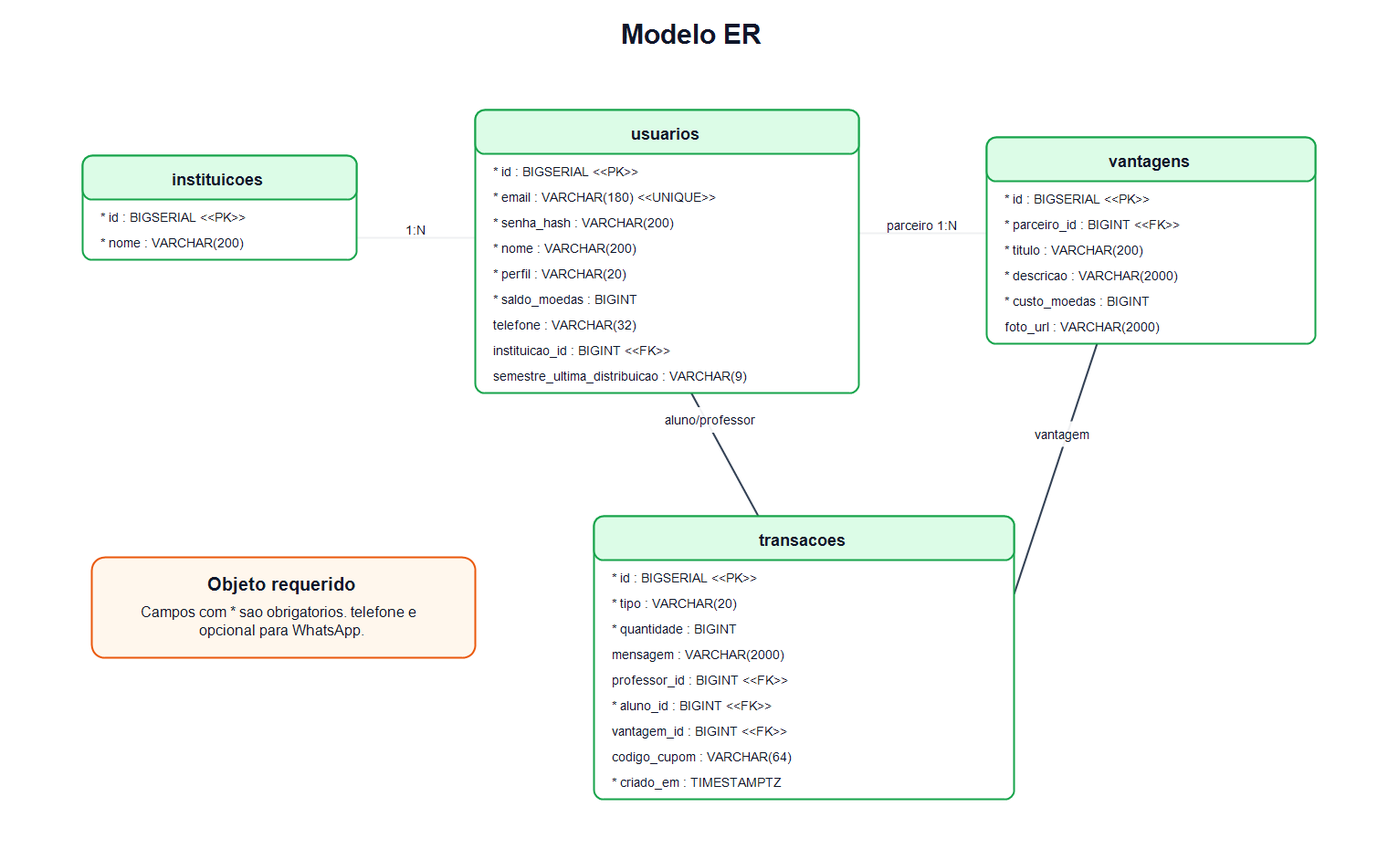
Above: docs/uml/imagens/modelo_er.png in LaraCarvalho00/sistema-moeda-estudantil (PlantUML), before the change. Its source is kept beside it as docs/uml/codigos/modelo_er.puml. Source of this version:
```plantuml
@startuml
!theme plain
hide circle
skinparam linetype ortho
skinparam classAttributeIconSize 0

entity "instituicoes" as instituicoes {
  * id : BIGSERIAL <<PK>>
  --
  * nome : VARCHAR(200)
}

entity "usuarios" as usuarios {
  * id : BIGSERIAL <<PK>>
  --
  * email : VARCHAR(180) <<UNIQUE>>
  * senha_hash : VARCHAR(200)
  * nome : VARCHAR(200)
  * perfil : VARCHAR(20)
  * saldo_moedas : BIGINT
  telefone : VARCHAR(32)
  instituicao_id : BIGINT <<FK>>
  semestre_ultima_distribuicao : VARCHAR(9)
}

entity "vantagens" as vantagens {
  * id : BIGSERIAL <<PK>>
  --
  * parceiro_id : BIGINT <<FK>>
  * titulo : VARCHAR(200)
  * descricao : VARCHAR(2000)
  * custo_moedas : BIGINT
  foto_url : VARCHAR(2000)
}

entity "transacoes" as transacoes {
  * id : BIGSERIAL <<PK>>
  --
  * tipo : VARCHAR(20)
  * quantidade : BIGINT
  mensagem : VARCHAR(2000)
  professor_id : BIGINT <<FK>>
  * aluno_id : BIGINT <<FK>>
  vantagem_id : BIGINT <<FK>>
  codigo_cupom : VARCHAR(64)
  * criado_em : TIMESTAMPTZ
}

instituicoes ||--o{ usuarios : possui
usuarios ||--o{ vantagens : parceiro
usuarios ||--o{ transacoes : aluno
usuarios ||--o{ transacoes : professor
vantagens ||--o{ transacoes : resgate

note right of usuarios
  Campos marcados com * sao requeridos.
  telefone e opcional, usado para ZapSender.
end note

@enduml
```
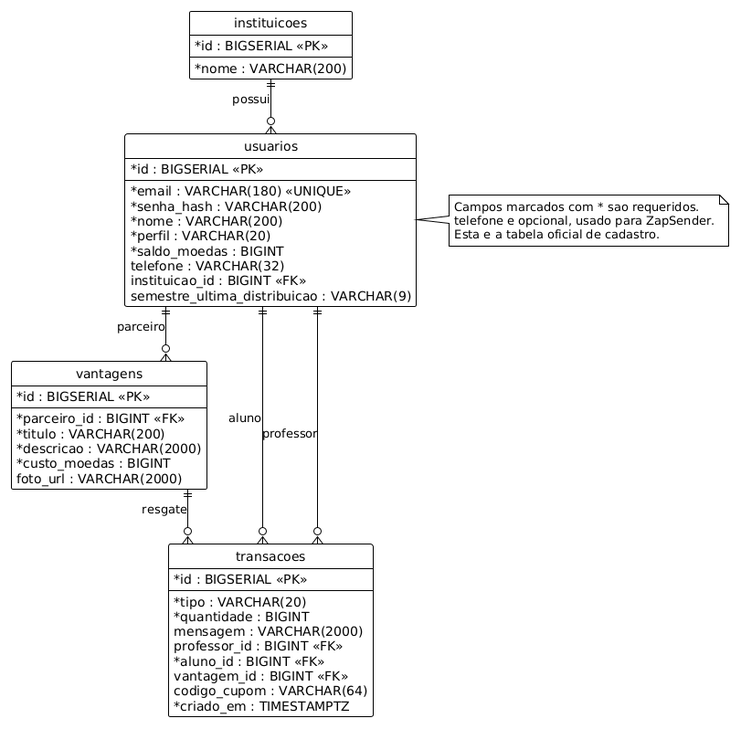
Later version of the same file.

Change to the diagram source:
```diff
@@ -55,6 +55,7 @@
 note right of usuarios
   Campos marcados com * sao requeridos.
   telefone e opcional, usado para ZapSender.
+  Esta e a tabela oficial de cadastro.
 end note
 
 @enduml
```
